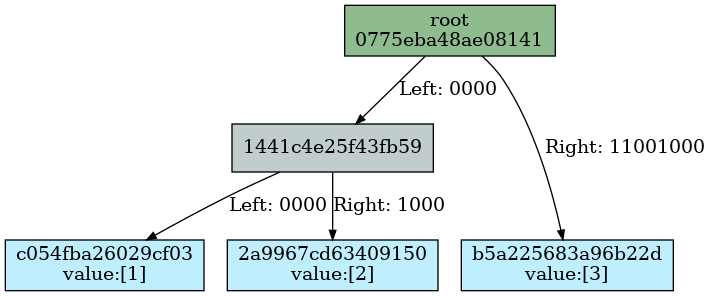
juicebox-systems/juicebox-hsm-realm keeps this Graphviz diagram as docs/merkle_tree/mutation/3_leaves.dot.png. Above is the earlier version. Its source is kept beside it as docs/merkle_tree/mutation/3_leaves.dot. Source of this version:
```dot
Digraph merkletree {

h0775eba48ae08141 -> h1441c4e25f43fb59 [arrowsize=0.7 label="Left: 0000\l" nojustify=true ];
h1441c4e25f43fb59 -> hc054fba26029cf03 [arrowsize=0.7 label="Left: 0000" nojustify=true ];
h1441c4e25f43fb59 -> h2a9967cd63409150 [arrowsize=0.7 label="Right: 1000" nojustify=true ];
h0775eba48ae08141 -> hb5a225683a96b22d [arrowsize=0.7 label="Right: 11001000" nojustify=true ];

Subgraph depth_0 {
rank=same

h0775eba48ae08141 [fillcolor=darkseagreen label="root\n0775eba48ae08141" ordering=out shape=box style=filled ];
}


Subgraph depth_4 {
rank=same

h1441c4e25f43fb59 [fillcolor=azure3 label="1441c4e25f43fb59" ordering=out shape=box style=filled ];
}


Subgraph depth_256 {
rank=same

hc054fba26029cf03 [fillcolor=lightblue1 label="c054fba26029cf03\nvalue:[1]" ordering=out shape=box style=filled ];
h2a9967cd63409150 [fillcolor=lightblue1 label="2a9967cd63409150\nvalue:[2]" ordering=out shape=box style=filled ];
hb5a225683a96b22d [fillcolor=lightblue1 label="b5a225683a96b22d\nvalue:[3]" ordering=out shape=box style=filled ];
}

}
```
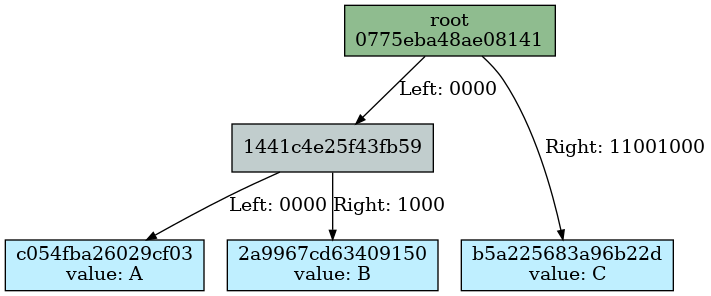
Above is the later version.

The edit, as a diff of the source:
```diff
@@ -22,9 +22,9 @@
 Subgraph depth_256 {
 rank=same
 
-hc054fba26029cf03 [fillcolor=lightblue1 label="c054fba26029cf03\nvalue:[1]" ordering=out shape=box style=filled ];
-h2a9967cd63409150 [fillcolor=lightblue1 label="2a9967cd63409150\nvalue:[2]" ordering=out shape=box style=filled ];
-hb5a225683a96b22d [fillcolor=lightblue1 label="b5a225683a96b22d\nvalue:[3]" ordering=out shape=box style=filled ];
+hc054fba26029cf03 [fillcolor=lightblue1 label="c054fba26029cf03\nvalue: A" ordering=out shape=box style=filled ];
+h2a9967cd63409150 [fillcolor=lightblue1 label="2a9967cd63409150\nvalue: B" ordering=out shape=box style=filled ];
+hb5a225683a96b22d [fillcolor=lightblue1 label="b5a225683a96b22d\nvalue: C" ordering=out shape=box style=filled ];
 }
 
 }
```
